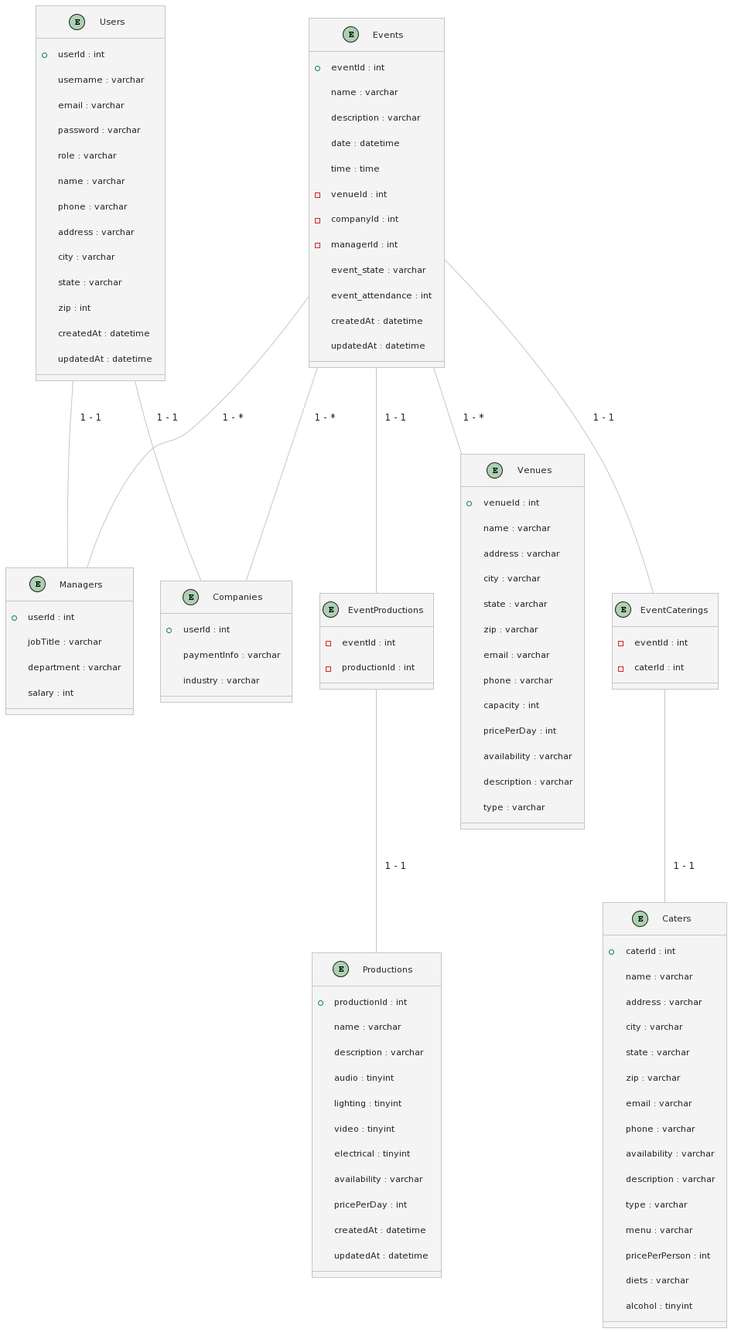
The PlantUML diagram documentation/ERD-v2.png in joshygarcia/event-managemet-app, before a commit.
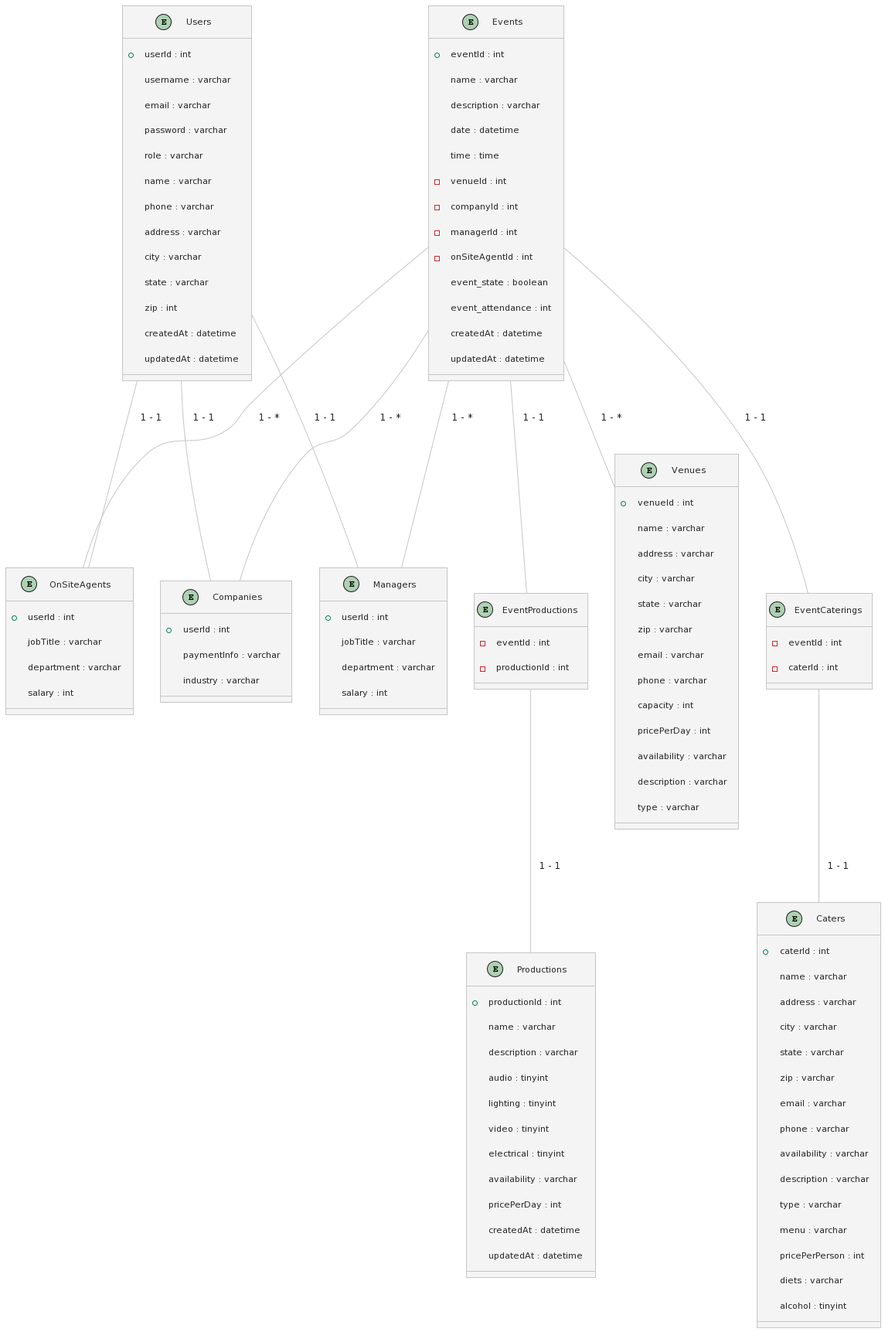
Later version of the same file.

The edit, as a diff of the source:
```diff
@@ -4,111 +4,121 @@
 !define entity(x) class x << (E,#FFFFAA) >>
 
 entity "Users" as users {
-  +userId : int
-  username : varchar
-  email : varchar
-  password : varchar
-  role : varchar
-  name : varchar
-  phone : varchar
-  address : varchar
-  city : varchar
-  state : varchar
-  zip : int
-  createdAt : datetime
-  updatedAt : datetime
++userId : int
+username : varchar
+email : varchar
+password : varchar
+role : varchar
+name : varchar
+phone : varchar
+address : varchar
+city : varchar
+state : varchar
+zip : int
+createdAt : datetime
+updatedAt : datetime
 }
 
 entity "Companies" as companies {
-  +userId : int
-  paymentInfo : varchar
-  industry : varchar
++userId : int
+paymentInfo : varchar
+industry : varchar
 }
 
 entity "Managers" as managers {
-  +userId : int
-  jobTitle : varchar
-  department : varchar
-  salary : int
++userId : int
+jobTitle : varchar
+department : varchar
+salary : int
+}
+
+entity "OnSiteAgents" as onsite_agents {
++userId : int
+jobTitle : varchar
+department : varchar
+salary : int
 }
 
 entity "Events" as events {
-  +eventId : int
-  name : varchar
-  description : varchar
-  date : datetime
-  time : time
-  -venueId : int
-  -companyId : int
-  -managerId : int
-  event_state : varchar
-  event_attendance : int
-  createdAt : datetime
-  updatedAt : datetime
++eventId : int
+name : varchar
+description : varchar
+date : datetime
+time : time
+-venueId : int
+-companyId : int
+-managerId : int
+-onSiteAgentId : int
+event_state : boolean
+event_attendance : int
+createdAt : datetime
+updatedAt : datetime
 }
 
 entity "EventCaterings" as event_caterings {
-  -eventId : int
-  -caterId : int
+-eventId : int
+-caterId : int
 }
 
 entity "EventProductions" as event_productions {
-  -eventId : int
-  -productionId : int
+-eventId : int
+-productionId : int
 }
 
 entity "Caters" as caters {
-  +caterId : int
-  name : varchar
-  address : varchar
-  city : varchar
-  state : varchar
-  zip : varchar
-  email : varchar
-  phone : varchar
-  availability : varchar
-  description : varchar
-  type : varchar
-  menu : varchar
-  pricePerPerson : int
-  diets : varchar
-  alcohol : tinyint
++caterId : int
+name : varchar
+address : varchar
+city : varchar
+state : varchar
+zip : varchar
+email : varchar
+phone : varchar
+availability : varchar
+description : varchar
+type : varchar
+menu : varchar
+pricePerPerson : int
+diets : varchar
+alcohol : tinyint
 }
 
 entity "Productions" as productions {
-  +productionId : int
-  name : varchar
-  description : varchar
-  audio : tinyint
-  lighting : tinyint
-  video : tinyint
-  electrical : tinyint
-  availability : varchar
-  pricePerDay : int
-  createdAt : datetime
-  updatedAt : datetime
++productionId : int
+name : varchar
+description : varchar
+audio : tinyint
+lighting : tinyint
+video : tinyint
+electrical : tinyint
+availability : varchar
+pricePerDay : int
+createdAt : datetime
+updatedAt : datetime
 }
 
 entity "Venues" as venues {
-  +venueId : int
-  name : varchar
-  address : varchar
-  city : varchar
-  state : varchar
-  zip : varchar
-  email : varchar
-  phone : varchar
-  capacity : int
-  pricePerDay : int
-  availability : varchar
-  description : varchar
-  type : varchar
++venueId : int
+name : varchar
+address : varchar
+city : varchar
+state : varchar
+zip : varchar
+email : varchar
+phone : varchar
+capacity : int
+pricePerDay : int
+availability : varchar
+description : varchar
+type : varchar
 }
 
 users -- companies : "1 - 1"
 users -- managers : "1 - 1"
+users -- onsite_agents : "1 - 1"
 events -- companies : "1 - *"
 events -- managers : "1 - *"
+events -- onsite_agents : "1 - *"
 events -- venues : "1 - *"
 events -- event_caterings : "1 - 1"
 events -- event_productions : "1 - 1"
```
